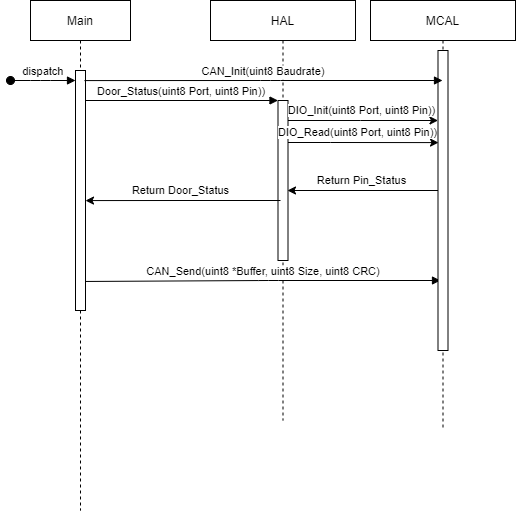
This is Embedded Systems Design Project/Screen_Shots/Sequence Diagram (ECU_1).png from MohamedAshrafKhedr/Sprints_ARM_MC02-MA-, a draw.io export, as it was before one commit. Source tidied: cells renumbered, new cells last; positions are measured from the earlier drawing's top-left corner, leaving out a move shared by most shapes. The source it was exported from:
```xml
<mxGraphModel>
  <root>
    <mxCell id="0" />
    <mxCell id="1" parent="0" />
    <mxCell id="2" value="Main" style="shape=umlLifeline;perimeter=lifelinePerimeter;rounded=0;shadow=0;strokeWidth=1;" parent="1" vertex="1">
      <mxGeometry x="20" width="100" height="510" as="geometry" />
    </mxCell>
    <mxCell id="3" style="points=[];perimeter=orthogonalPerimeter;rounded=0;shadow=0;strokeWidth=1;" parent="2" vertex="1">
      <mxGeometry x="45" y="70" width="10" height="240" as="geometry" />
    </mxCell>
    <mxCell id="4" value="dispatch" style="verticalAlign=bottom;startArrow=oval;endArrow=block;startSize=8;shadow=0;strokeWidth=1;" parent="2" edge="1" target="3">
      <mxGeometry relative="1" as="geometry">
        <mxPoint x="-20" y="80" as="sourcePoint" />
        <Array as="points">
          <mxPoint x="10" y="80" />
        </Array>
      </mxGeometry>
    </mxCell>
    <mxCell id="5" value="HAL" style="shape=umlLifeline;perimeter=lifelinePerimeter;rounded=0;shadow=0;strokeWidth=1;" parent="1" vertex="1">
      <mxGeometry x="200" width="145" height="420" as="geometry" />
    </mxCell>
    <mxCell id="6" style="points=[];perimeter=orthogonalPerimeter;rounded=0;shadow=0;strokeWidth=1;" parent="5" vertex="1">
      <mxGeometry x="67.5" y="100" width="10" height="160" as="geometry" />
    </mxCell>
    <mxCell id="7" value="CAN_Send(uint8 *Buffer, uint8 Size, uint8 CRC)" style="verticalAlign=bottom;endArrow=block;shadow=0;strokeWidth=1;exitX=1;exitY=0.879;exitDx=0;exitDy=0;exitPerimeter=0;" parent="5" edge="1" source="3">
      <mxGeometry relative="1" as="geometry">
        <mxPoint x="230" y="280" as="targetPoint" />
        <Array as="points">
          <mxPoint x="58" y="280" />
        </Array>
      </mxGeometry>
    </mxCell>
    <mxCell id="8" value="Door_Status(uint8 Port, uint8 Pin))" style="verticalAlign=bottom;endArrow=block;entryX=0;entryY=0;shadow=0;strokeWidth=1;" parent="1" edge="1" source="3" target="6">
      <mxGeometry relative="1" as="geometry" />
    </mxCell>
    <mxCell id="9" value="MCAL" style="shape=umlLifeline;perimeter=lifelinePerimeter;rounded=0;shadow=0;strokeWidth=1;" parent="1" vertex="1">
      <mxGeometry x="360" width="145" height="430" as="geometry" />
    </mxCell>
    <mxCell id="10" style="points=[];perimeter=orthogonalPerimeter;rounded=0;shadow=0;strokeWidth=1;" parent="9" vertex="1">
      <mxGeometry x="67.5" y="50" width="10" height="300" as="geometry" />
    </mxCell>
    <mxCell id="11" value="DIO_Init(uint8 Port, uint8 Pin))" style="edgeStyle=orthogonalEdgeStyle;rounded=0;orthogonalLoop=1;jettySize=auto;html=1;" parent="1" edge="1">
      <mxGeometry x="-0.03" y="10" relative="1" as="geometry">
        <mxPoint x="277.5" y="120" as="sourcePoint" />
        <mxPoint x="427.5" y="120" as="targetPoint" />
        <Array as="points">
          <mxPoint x="350" y="120" />
          <mxPoint x="350" y="120" />
        </Array>
      </mxGeometry>
    </mxCell>
    <mxCell id="12" value="CAN_Init(uint8 Baudrate)" style="verticalAlign=bottom;endArrow=block;shadow=0;strokeWidth=1;exitX=0.9;exitY=0.042;exitDx=0;exitDy=0;exitPerimeter=0;" parent="1" edge="1" source="3" target="9">
      <mxGeometry relative="1" as="geometry">
        <Array as="points">
          <mxPoint x="260" y="80" />
        </Array>
      </mxGeometry>
    </mxCell>
    <mxCell id="13" value="&lt;span style=&quot;color: rgb(0, 0, 0); font-family: Helvetica; font-size: 11px; font-style: normal; font-variant-ligatures: normal; font-variant-caps: normal; font-weight: 400; letter-spacing: normal; orphans: 2; text-align: center; text-indent: 0px; text-transform: none; widows: 2; word-spacing: 0px; -webkit-text-stroke-width: 0px; background-color: rgb(255, 255, 255); text-decoration-thickness: initial; text-decoration-style: initial; text-decoration-color: initial; float: none; display: inline !important;&quot;&gt;DIO_Read(uint8 Port, uint8 Pin))&lt;/span&gt;" style="edgeStyle=orthogonalEdgeStyle;rounded=0;jettySize=auto;html=1;entryX=0.05;entryY=0.307;entryDx=0;entryDy=0;entryPerimeter=0;" parent="1" edge="1" source="6" target="10">
      <mxGeometry x="-0.23" y="14" relative="1" as="geometry">
        <Array as="points">
          <mxPoint x="320" y="142" />
          <mxPoint x="320" y="142" />
        </Array>
        <mxPoint x="11" y="4" as="offset" />
      </mxGeometry>
    </mxCell>
    <mxCell id="14" value="Return Pin_Status" style="edgeStyle=orthogonalEdgeStyle;rounded=0;jettySize=auto;html=1;" parent="1" edge="1" source="10">
      <mxGeometry x="0.03" y="-10" relative="1" as="geometry">
        <mxPoint x="277" y="190" as="targetPoint" />
        <Array as="points">
          <mxPoint x="277" y="190" />
        </Array>
      </mxGeometry>
    </mxCell>
    <mxCell id="15" value="Return Door_Status" style="edgeStyle=orthogonalEdgeStyle;rounded=0;jettySize=auto;html=1;entryX=1;entryY=0.542;entryDx=0;entryDy=0;entryPerimeter=0;" parent="1" edge="1" target="3">
      <mxGeometry x="0.03" y="-10" relative="1" as="geometry">
        <mxPoint x="270" y="200" as="sourcePoint" />
      </mxGeometry>
    </mxCell>
  </root>
</mxGraphModel>
```
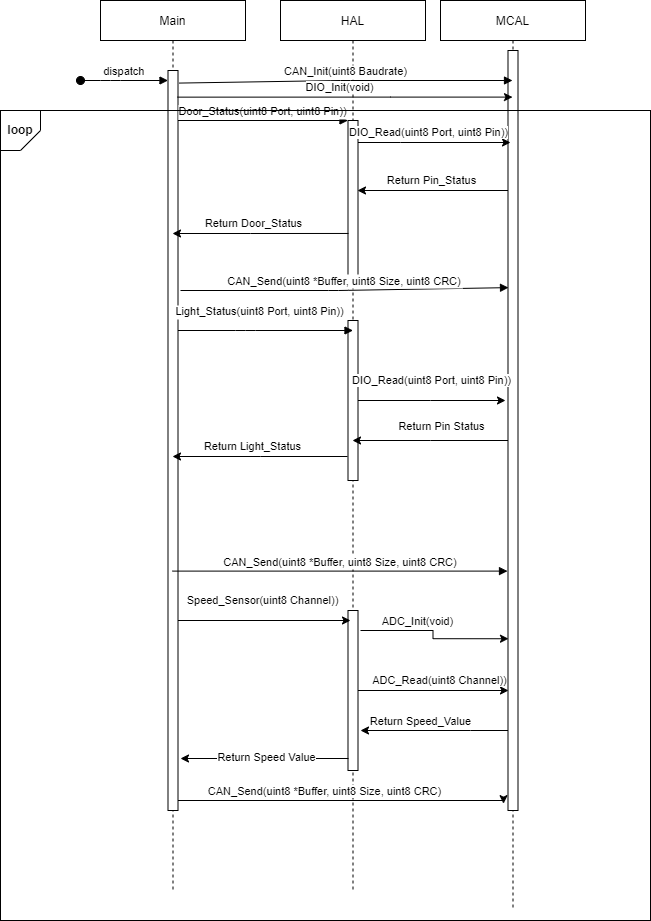
Later version of the same file.

The edit, as a diff of the source:
```diff
@@ -3,10 +3,10 @@
     <mxCell id="0" />
     <mxCell id="1" parent="0" />
     <mxCell id="2" value="Main" style="shape=umlLifeline;perimeter=lifelinePerimeter;rounded=0;shadow=0;strokeWidth=1;" parent="1" vertex="1">
-      <mxGeometry x="20" width="100" height="510" as="geometry" />
+      <mxGeometry x="20" width="145" height="890" as="geometry" />
     </mxCell>
     <mxCell id="3" style="points=[];perimeter=orthogonalPerimeter;rounded=0;shadow=0;strokeWidth=1;" parent="2" vertex="1">
-      <mxGeometry x="45" y="70" width="10" height="240" as="geometry" />
+      <mxGeometry x="67.5" y="70" width="10" height="740" as="geometry" />
     </mxCell>
     <mxCell id="4" value="dispatch" style="verticalAlign=bottom;startArrow=oval;endArrow=block;startSize=8;shadow=0;strokeWidth=1;" parent="2" edge="1" target="3">
       <mxGeometry relative="1" as="geometry">
@@ -17,47 +17,44 @@
       </mxGeometry>
     </mxCell>
     <mxCell id="5" value="HAL" style="shape=umlLifeline;perimeter=lifelinePerimeter;rounded=0;shadow=0;strokeWidth=1;" parent="1" vertex="1">
-      <mxGeometry x="200" width="145" height="420" as="geometry" />
+      <mxGeometry x="200" width="145" height="890" as="geometry" />
     </mxCell>
     <mxCell id="6" style="points=[];perimeter=orthogonalPerimeter;rounded=0;shadow=0;strokeWidth=1;" parent="5" vertex="1">
-      <mxGeometry x="67.5" y="100" width="10" height="160" as="geometry" />
+      <mxGeometry x="67.5" y="120" width="10" height="160" as="geometry" />
     </mxCell>
-    <mxCell id="7" value="CAN_Send(uint8 *Buffer, uint8 Size, uint8 CRC)" style="verticalAlign=bottom;endArrow=block;shadow=0;strokeWidth=1;exitX=1;exitY=0.879;exitDx=0;exitDy=0;exitPerimeter=0;" parent="5" edge="1" source="3">
+    <mxCell id="7" value="CAN_Send(uint8 *Buffer, uint8 Size, uint8 CRC)" style="verticalAlign=bottom;endArrow=block;shadow=0;strokeWidth=1;entryX=0.05;entryY=0.312;entryDx=0;entryDy=0;entryPerimeter=0;" parent="5" edge="1" target="10">
       <mxGeometry relative="1" as="geometry">
-        <mxPoint x="230" y="280" as="targetPoint" />
+        <mxPoint x="-100" y="290" as="sourcePoint" />
         <Array as="points">
-          <mxPoint x="58" y="280" />
+          <mxPoint x="58" y="290" />
         </Array>
       </mxGeometry>
     </mxCell>
+    <mxCell id="16" style="points=[];perimeter=orthogonalPerimeter;rounded=0;shadow=0;strokeWidth=1;" parent="5" vertex="1">
+      <mxGeometry x="67.5" y="320" width="10" height="160" as="geometry" />
+    </mxCell>
+    <mxCell id="17" style="points=[];perimeter=orthogonalPerimeter;rounded=0;shadow=0;strokeWidth=1;" parent="5" vertex="1">
+      <mxGeometry x="67.5" y="610" width="10" height="160" as="geometry" />
+    </mxCell>
     <mxCell id="8" value="Door_Status(uint8 Port, uint8 Pin))" style="verticalAlign=bottom;endArrow=block;entryX=0;entryY=0;shadow=0;strokeWidth=1;" parent="1" edge="1" source="3" target="6">
       <mxGeometry relative="1" as="geometry" />
     </mxCell>
     <mxCell id="9" value="MCAL" style="shape=umlLifeline;perimeter=lifelinePerimeter;rounded=0;shadow=0;strokeWidth=1;" parent="1" vertex="1">
-      <mxGeometry x="360" width="145" height="430" as="geometry" />
+      <mxGeometry x="360" width="145" height="910" as="geometry" />
     </mxCell>
     <mxCell id="10" style="points=[];perimeter=orthogonalPerimeter;rounded=0;shadow=0;strokeWidth=1;" parent="9" vertex="1">
-      <mxGeometry x="67.5" y="50" width="10" height="300" as="geometry" />
+      <mxGeometry x="67.5" y="50" width="10" height="760" as="geometry" />
     </mxCell>
-    <mxCell id="11" value="DIO_Init(uint8 Port, uint8 Pin))" style="edgeStyle=orthogonalEdgeStyle;rounded=0;orthogonalLoop=1;jettySize=auto;html=1;" parent="1" edge="1">
-      <mxGeometry x="-0.03" y="10" relative="1" as="geometry">
-        <mxPoint x="277.5" y="120" as="sourcePoint" />
-        <mxPoint x="427.5" y="120" as="targetPoint" />
-        <Array as="points">
-          <mxPoint x="350" y="120" />
-          <mxPoint x="350" y="120" />
-        </Array>
-      </mxGeometry>
-    </mxCell>
-    <mxCell id="12" value="CAN_Init(uint8 Baudrate)" style="verticalAlign=bottom;endArrow=block;shadow=0;strokeWidth=1;exitX=0.9;exitY=0.042;exitDx=0;exitDy=0;exitPerimeter=0;" parent="1" edge="1" source="3" target="9">
+    <mxCell id="12" value="CAN_Init(uint8 Baudrate)" style="verticalAlign=bottom;endArrow=block;shadow=0;strokeWidth=1;exitX=1.1;exitY=0.017;exitDx=0;exitDy=0;exitPerimeter=0;" parent="1" edge="1" source="3" target="9">
       <mxGeometry relative="1" as="geometry">
         <Array as="points">
           <mxPoint x="260" y="80" />
         </Array>
       </mxGeometry>
     </mxCell>
-    <mxCell id="13" value="&lt;span style=&quot;color: rgb(0, 0, 0); font-family: Helvetica; font-size: 11px; font-style: normal; font-variant-ligatures: normal; font-variant-caps: normal; font-weight: 400; letter-spacing: normal; orphans: 2; text-align: center; text-indent: 0px; text-transform: none; widows: 2; word-spacing: 0px; -webkit-text-stroke-width: 0px; background-color: rgb(255, 255, 255); text-decoration-thickness: initial; text-decoration-style: initial; text-decoration-color: initial; float: none; display: inline !important;&quot;&gt;DIO_Read(uint8 Port, uint8 Pin))&lt;/span&gt;" style="edgeStyle=orthogonalEdgeStyle;rounded=0;jettySize=auto;html=1;entryX=0.05;entryY=0.307;entryDx=0;entryDy=0;entryPerimeter=0;" parent="1" edge="1" source="6" target="10">
+    <mxCell id="13" value="&lt;span style=&quot;color: rgb(0, 0, 0); font-family: Helvetica; font-size: 11px; font-style: normal; font-variant-ligatures: normal; font-variant-caps: normal; font-weight: 400; letter-spacing: normal; orphans: 2; text-align: center; text-indent: 0px; text-transform: none; widows: 2; word-spacing: 0px; -webkit-text-stroke-width: 0px; background-color: rgb(255, 255, 255); text-decoration-thickness: initial; text-decoration-style: initial; text-decoration-color: initial; float: none; display: inline !important;&quot;&gt;DIO_Read(uint8 Port, uint8 Pin))&lt;/span&gt;" style="edgeStyle=orthogonalEdgeStyle;rounded=0;jettySize=auto;html=1;" parent="1" edge="1" source="6">
       <mxGeometry x="-0.23" y="14" relative="1" as="geometry">
+        <mxPoint x="430" y="142" as="targetPoint" />
         <Array as="points">
           <mxPoint x="320" y="142" />
           <mxPoint x="320" y="142" />
@@ -73,10 +70,132 @@
         </Array>
       </mxGeometry>
     </mxCell>
+    <mxCell id="18" value="Light_Status(uint8 Port, uint8 Pin))" style="verticalAlign=bottom;endArrow=block;entryX=0;entryY=0;shadow=0;strokeWidth=1;" parent="1" edge="1" source="3">
+      <mxGeometry x="-0.06" y="10" relative="1" as="geometry">
+        <mxPoint x="272.5" y="330" as="targetPoint" />
+        <Array as="points">
+          <mxPoint x="165" y="330" />
+        </Array>
+      </mxGeometry>
+    </mxCell>
+    <mxCell id="19" value="&lt;span style=&quot;color: rgb(0, 0, 0); font-family: Helvetica; font-size: 11px; font-style: normal; font-variant-ligatures: normal; font-variant-caps: normal; font-weight: 400; letter-spacing: normal; orphans: 2; text-align: center; text-indent: 0px; text-transform: none; widows: 2; word-spacing: 0px; -webkit-text-stroke-width: 0px; background-color: rgb(255, 255, 255); text-decoration-thickness: initial; text-decoration-style: initial; text-decoration-color: initial; float: none; display: inline !important;&quot;&gt;DIO_Read(uint8 Port, uint8 Pin))&lt;/span&gt;" style="edgeStyle=orthogonalEdgeStyle;rounded=0;jettySize=auto;html=1;" parent="1" edge="1" source="16">
+      <mxGeometry x="-0.02" y="20" relative="1" as="geometry">
+        <mxPoint x="425" y="400" as="targetPoint" />
+        <Array as="points">
+          <mxPoint x="350" y="400" />
+          <mxPoint x="350" y="400" />
+        </Array>
+      </mxGeometry>
+    </mxCell>
+    <mxCell id="20" value="DIO_Init(void)" style="edgeStyle=orthogonalEdgeStyle;rounded=0;jettySize=auto;html=1;exitX=0.95;exitY=0.036;exitDx=0;exitDy=0;exitPerimeter=0;" parent="1" edge="1" source="3" target="9">
+      <mxGeometry x="-0.03" y="10" relative="1" as="geometry">
+        <Array as="points">
+          <mxPoint x="310" y="97" />
+          <mxPoint x="310" y="97" />
+        </Array>
+      </mxGeometry>
+    </mxCell>
+    <mxCell id="21" style="edgeStyle=orthogonalEdgeStyle;rounded=0;jettySize=auto;html=1;entryX=1.25;entryY=0.75;entryDx=0;entryDy=0;entryPerimeter=0;" parent="1" edge="1" source="10" target="17">
+      <mxGeometry relative="1" as="geometry">
+        <Array as="points">
+          <mxPoint x="390" y="730" />
+          <mxPoint x="390" y="730" />
+        </Array>
+      </mxGeometry>
+    </mxCell>
+    <mxCell id="22" value="Return Speed_Value" style="edgeLabel;html=1;align=center;verticalAlign=middle;" parent="21" vertex="1">
+      <mxGeometry x="0.2" y="2" relative="1" as="geometry">
+        <mxPoint y="-12" as="offset" />
+      </mxGeometry>
+    </mxCell>
+    <mxCell id="23" value="Return Light_Status" style="edgeStyle=orthogonalEdgeStyle;rounded=0;jettySize=auto;html=1;exitX=-0.05;exitY=0.85;exitDx=0;exitDy=0;exitPerimeter=0;" parent="1" edge="1" source="16" target="2">
+      <mxGeometry x="0.08" y="-10" relative="1" as="geometry">
+        <Array as="points">
+          <mxPoint x="180" y="456" />
+          <mxPoint x="180" y="456" />
+        </Array>
+      </mxGeometry>
+    </mxCell>
+    <mxCell id="24" value="CAN_Send(uint8 *Buffer, uint8 Size, uint8 CRC)" style="verticalAlign=bottom;endArrow=block;shadow=0;strokeWidth=1;entryX=-0.05;entryY=0.685;entryDx=0;entryDy=0;entryPerimeter=0;" parent="1" edge="1" source="2" target="10">
+      <mxGeometry relative="1" as="geometry" />
+    </mxCell>
+    <mxCell id="25" value="&lt;span style=&quot;color: rgb(0, 0, 0); font-family: Helvetica; font-size: 11px; font-style: normal; font-variant-ligatures: normal; font-variant-caps: normal; font-weight: 400; letter-spacing: normal; orphans: 2; text-align: center; text-indent: 0px; text-transform: none; widows: 2; word-spacing: 0px; -webkit-text-stroke-width: 0px; background-color: rgb(255, 255, 255); text-decoration-thickness: initial; text-decoration-style: initial; text-decoration-color: initial; float: none; display: inline !important;&quot;&gt;Speed_Sensor(uint8 Channel))&lt;/span&gt;" style="edgeStyle=orthogonalEdgeStyle;rounded=0;jettySize=auto;html=1;" parent="1" edge="1" source="3">
+      <mxGeometry x="-0.03" y="20" relative="1" as="geometry">
+        <mxPoint x="270" y="620" as="targetPoint" />
+        <Array as="points">
+          <mxPoint x="270" y="620" />
+        </Array>
+      </mxGeometry>
+    </mxCell>
+    <mxCell id="26" style="edgeStyle=orthogonalEdgeStyle;rounded=0;jettySize=auto;html=1;entryX=0.05;entryY=0.774;entryDx=0;entryDy=0;entryPerimeter=0;exitX=1.25;exitY=0.125;exitDx=0;exitDy=0;exitPerimeter=0;" parent="1" edge="1" source="17" target="10">
+      <mxGeometry relative="1" as="geometry" />
+    </mxCell>
+    <mxCell id="27" value="ADC_Init(void)" style="edgeLabel;html=1;align=center;verticalAlign=middle;" parent="26" vertex="1">
+      <mxGeometry x="-0.16" y="2" relative="1" as="geometry">
+        <mxPoint x="-10" y="-8" as="offset" />
+      </mxGeometry>
+    </mxCell>
+    <mxCell id="28" value="ADC_Read(uint8 Channel))" style="edgeStyle=orthogonalEdgeStyle;rounded=0;jettySize=auto;html=1;" parent="1" edge="1" source="17">
+      <mxGeometry x="0.06" y="10" relative="1" as="geometry">
+        <mxPoint x="428" y="690" as="targetPoint" />
+        <Array as="points">
+          <mxPoint x="428" y="690" />
+        </Array>
+        <mxPoint x="1" as="offset" />
+      </mxGeometry>
+    </mxCell>
+    <mxCell id="29" style="edgeStyle=orthogonalEdgeStyle;rounded=0;jettySize=auto;html=1;" parent="1" edge="1" source="10" target="5">
+      <mxGeometry relative="1" as="geometry">
+        <Array as="points">
+          <mxPoint x="350" y="440" />
+          <mxPoint x="350" y="440" />
+        </Array>
+      </mxGeometry>
+    </mxCell>
+    <mxCell id="30" value="Return Pin Status" style="edgeLabel;html=1;align=center;verticalAlign=middle;" parent="29" vertex="1">
+      <mxGeometry x="-0.22" y="1" relative="1" as="geometry">
+        <mxPoint x="-7" y="-16" as="offset" />
+      </mxGeometry>
+    </mxCell>
+    <mxCell id="31" style="edgeStyle=orthogonalEdgeStyle;rounded=0;jettySize=auto;html=1;exitX=0.05;exitY=0.925;exitDx=0;exitDy=0;exitPerimeter=0;" parent="1" edge="1" source="17">
+      <mxGeometry relative="1" as="geometry">
+        <mxPoint x="100" y="758" as="targetPoint" />
+        <Array as="points">
+          <mxPoint x="180" y="758" />
+          <mxPoint x="180" y="758" />
+        </Array>
+      </mxGeometry>
+    </mxCell>
+    <mxCell id="32" value="Return Speed Value" style="edgeLabel;html=1;align=center;verticalAlign=middle;" parent="31" vertex="1">
+      <mxGeometry y="-2" relative="1" as="geometry">
+        <mxPoint x="1" as="offset" />
+      </mxGeometry>
+    </mxCell>
+    <mxCell id="33" style="edgeStyle=orthogonalEdgeStyle;rounded=0;jettySize=auto;html=1;entryX=-0.45;entryY=0.991;entryDx=0;entryDy=0;entryPerimeter=0;" parent="1" edge="1" source="3" target="10">
+      <mxGeometry relative="1" as="geometry">
+        <Array as="points">
+          <mxPoint x="423" y="800" />
+        </Array>
+      </mxGeometry>
+    </mxCell>
+    <mxCell id="34" value="CAN_Send(uint8 *Buffer, uint8 Size, uint8 CRC)" style="edgeLabel;html=1;align=center;verticalAlign=middle;" parent="33" vertex="1">
+      <mxGeometry x="-0.17" y="1" relative="1" as="geometry">
+        <mxPoint x="9" y="-9" as="offset" />
+      </mxGeometry>
+    </mxCell>
-    <mxCell id="15" value="Return Door_Status" style="edgeStyle=orthogonalEdgeStyle;rounded=0;jettySize=auto;html=1;entryX=1;entryY=0.542;entryDx=0;entryDy=0;entryPerimeter=0;" parent="1" edge="1" target="3">
-      <mxGeometry x="0.03" y="-10" relative="1" as="geometry">
-        <mxPoint x="270" y="200" as="sourcePoint" />
+    <mxCell id="15" value="Return Door_Status" style="edgeStyle=orthogonalEdgeStyle;rounded=0;jettySize=auto;html=1;exitX=0.05;exitY=0.706;exitDx=0;exitDy=0;exitPerimeter=0;" parent="1" edge="1" source="6" target="2">
+      <mxGeometry x="0.08" y="-10" relative="1" as="geometry">
+        <Array as="points">
+          <mxPoint x="170" y="233" />
+          <mxPoint x="170" y="233" />
+        </Array>
       </mxGeometry>
     </mxCell>
+    <mxCell id="35" style="rounded=0;whiteSpace=wrap;html=1;fillColor=none;" parent="1" vertex="1">
+      <mxGeometry x="-80" y="110" width="650" height="810" as="geometry" />
+    </mxCell>
+    <mxCell id="36" value="&lt;b&gt;loop&lt;/b&gt;" style="verticalLabelPosition=middle;verticalAlign=middle;html=1;shape=card;whiteSpace=wrap;size=20;arcSize=12;fillColor=none;direction=west;align=center;labelPosition=center;" parent="1" vertex="1">
+      <mxGeometry x="-80" y="110" width="40" height="40" as="geometry" />
+    </mxCell>
   </root>
 </mxGraphModel>
```
